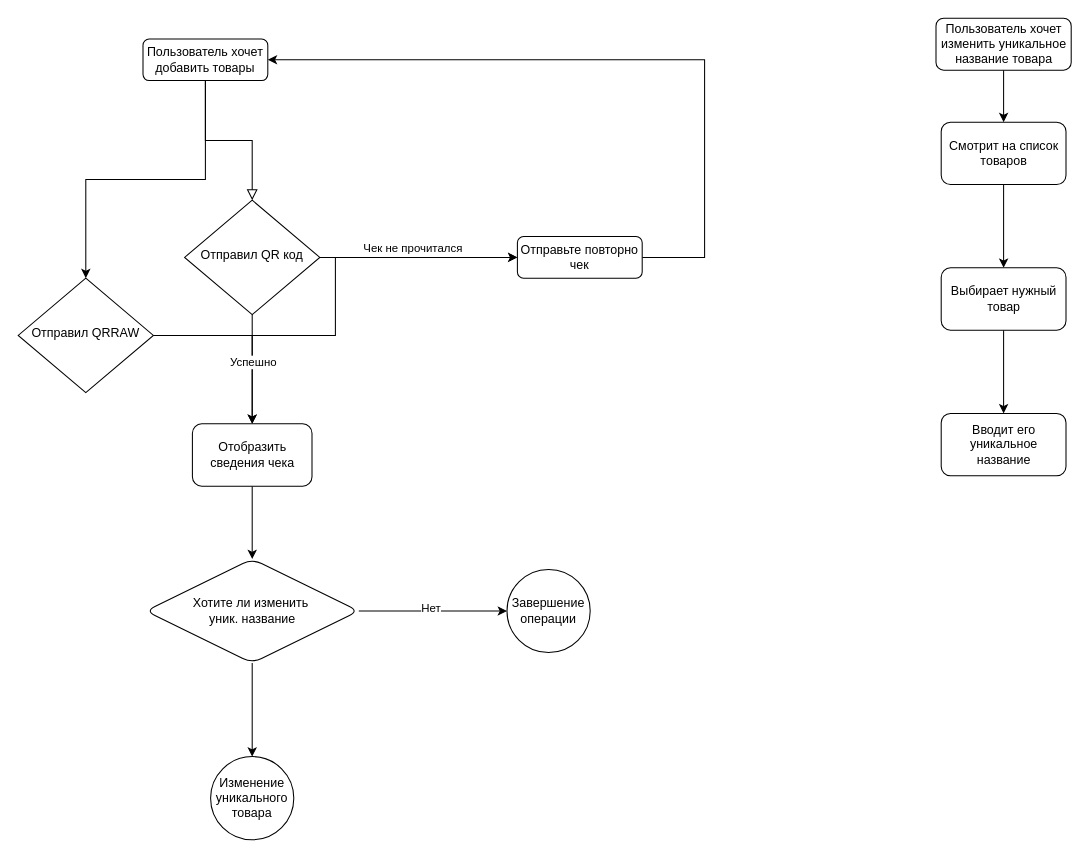
BooMBoTTess/TG_Finanse keeps this draw.io diagram as draw_io_files/draw_io_user_story.drawio. Above is the earlier version. Source tidied: cells renumbered, new cells numbered last; positions are measured from the earlier drawing's top-left corner, leaving out a move shared by most shapes. Both pictures are drawn from the tidied source at 104%, with x=0, y=0 at pixel (18, 18).
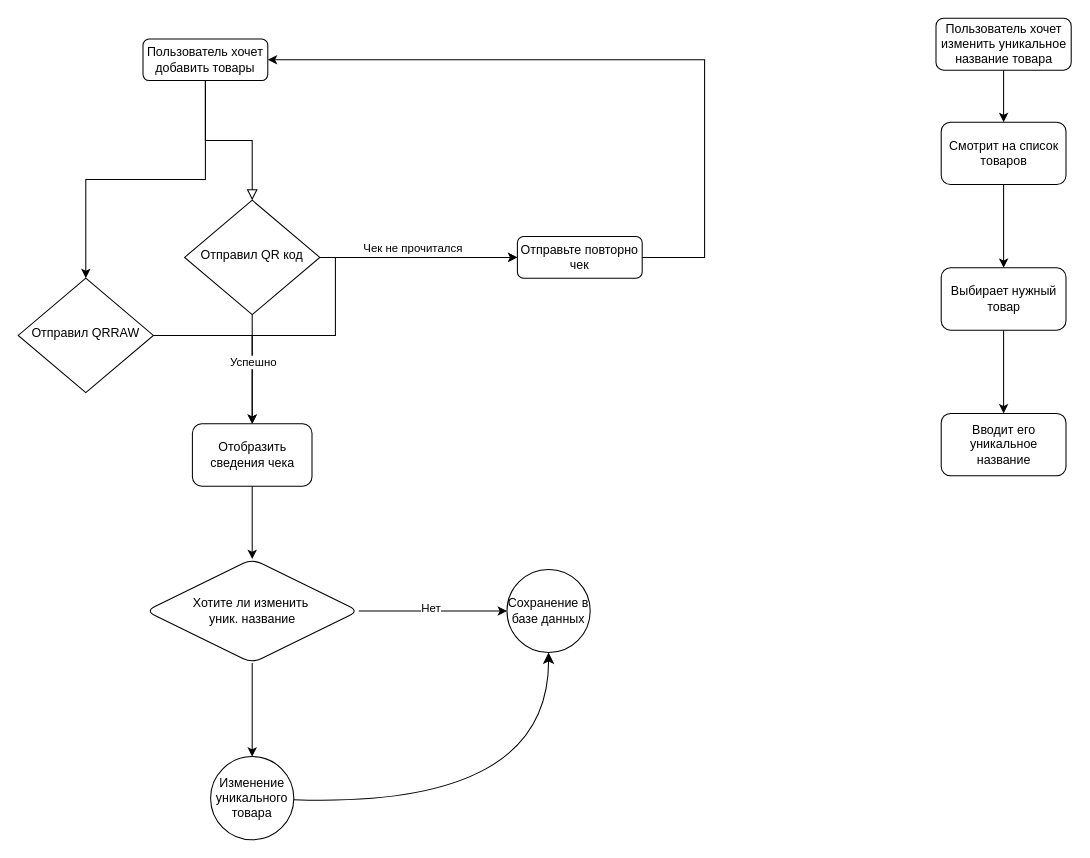
The same page after the edit.

The change refers to these unchanged cells:
```xml
<mxCell id="22" value="Изменение уникального товара" style="ellipse;whiteSpace=wrap;html=1;rounded=1;glass=0;strokeWidth=1;shadow=0;" parent="1" vertex="1">
  <mxGeometry x="185" y="710" width="80" height="80" as="geometry" />
</mxCell>
```

Change to the diagram source:
```diff
@@
-    <mxCell id="21" value="Завершение операции" style="ellipse;whiteSpace=wrap;html=1;rounded=1;glass=0;strokeWidth=1;shadow=0;" parent="1" vertex="1">
+    <mxCell id="21" value="Сохранение в базе данных" style="ellipse;whiteSpace=wrap;html=1;rounded=1;glass=0;strokeWidth=1;shadow=0;" parent="1" vertex="1">
       <mxGeometry x="470" y="530" width="80" height="80" as="geometry" />
     </mxCell>
+    <mxCell id="30" style="edgeStyle=none;curved=1;rounded=0;jettySize=auto;html=1;entryX=0.5;entryY=1;entryDx=0;entryDy=0;fontSize=12;startSize=8;endSize=8;" parent="1" edge="1" source="22" target="21">
+      <mxGeometry relative="1" as="geometry">
+        <Array as="points">
+          <mxPoint x="510" y="760" />
+        </Array>
+      </mxGeometry>
+    </mxCell>
+    <mxCell id="31" value="&lt;div&gt;&lt;br&gt;&lt;/div&gt;&lt;div&gt;&lt;br&gt;&lt;/div&gt;" style="edgeLabel;html=1;align=center;verticalAlign=middle;fontSize=12;" parent="30" vertex="1">
+      <mxGeometry x="-0.16" y="30" relative="1" as="geometry" />
+    </mxCell>
```
